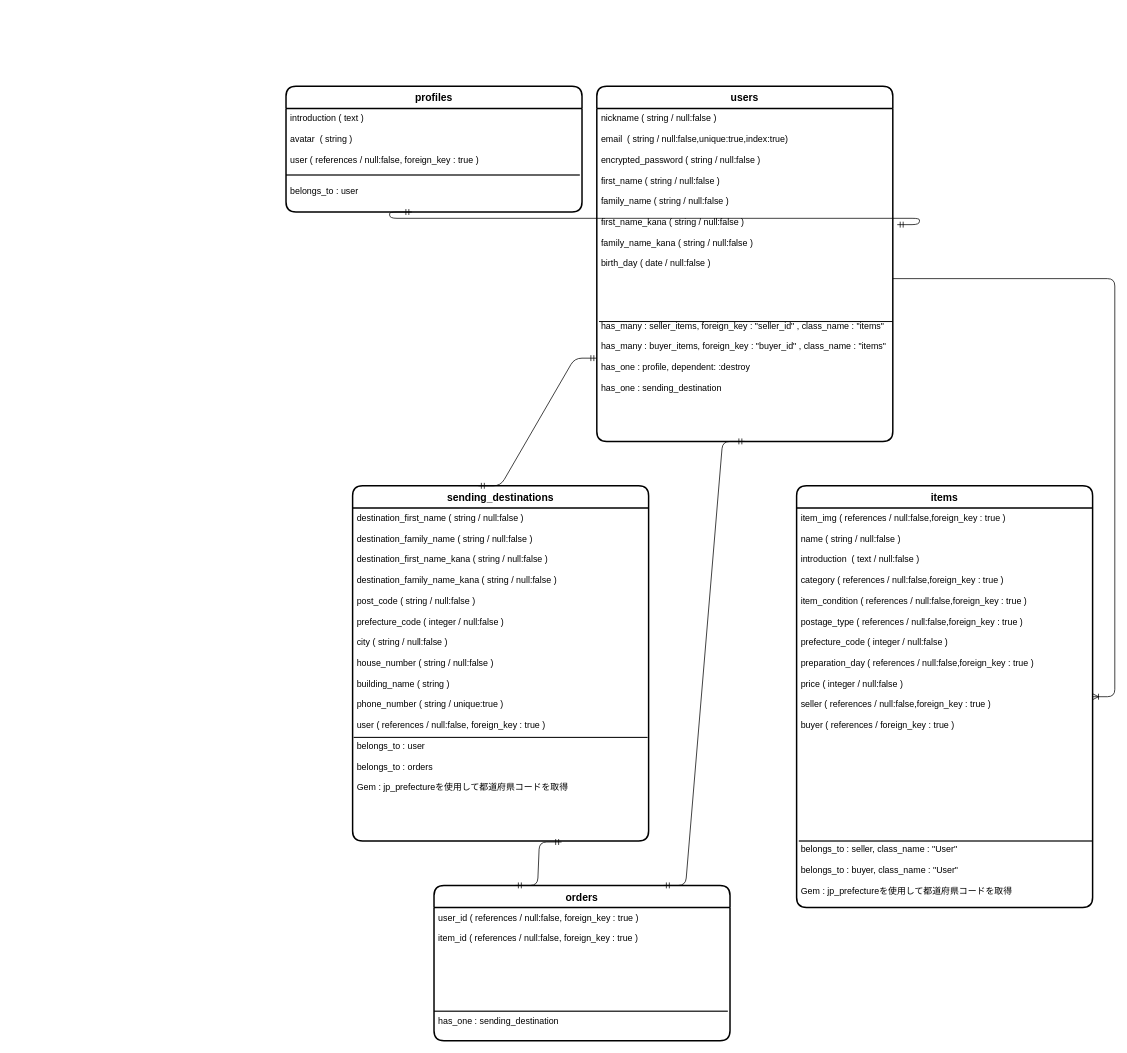
Above: furima.dio in kisoji/furima-33040 (draw.io), before the change. Source tidied: cells renumbered, new cells numbered last; positions are measured from the earlier drawing's top-left corner, leaving out a move shared by most shapes. Both pictures are drawn from the tidied source at 74%, with x=0, y=0 at pixel (286, 86).
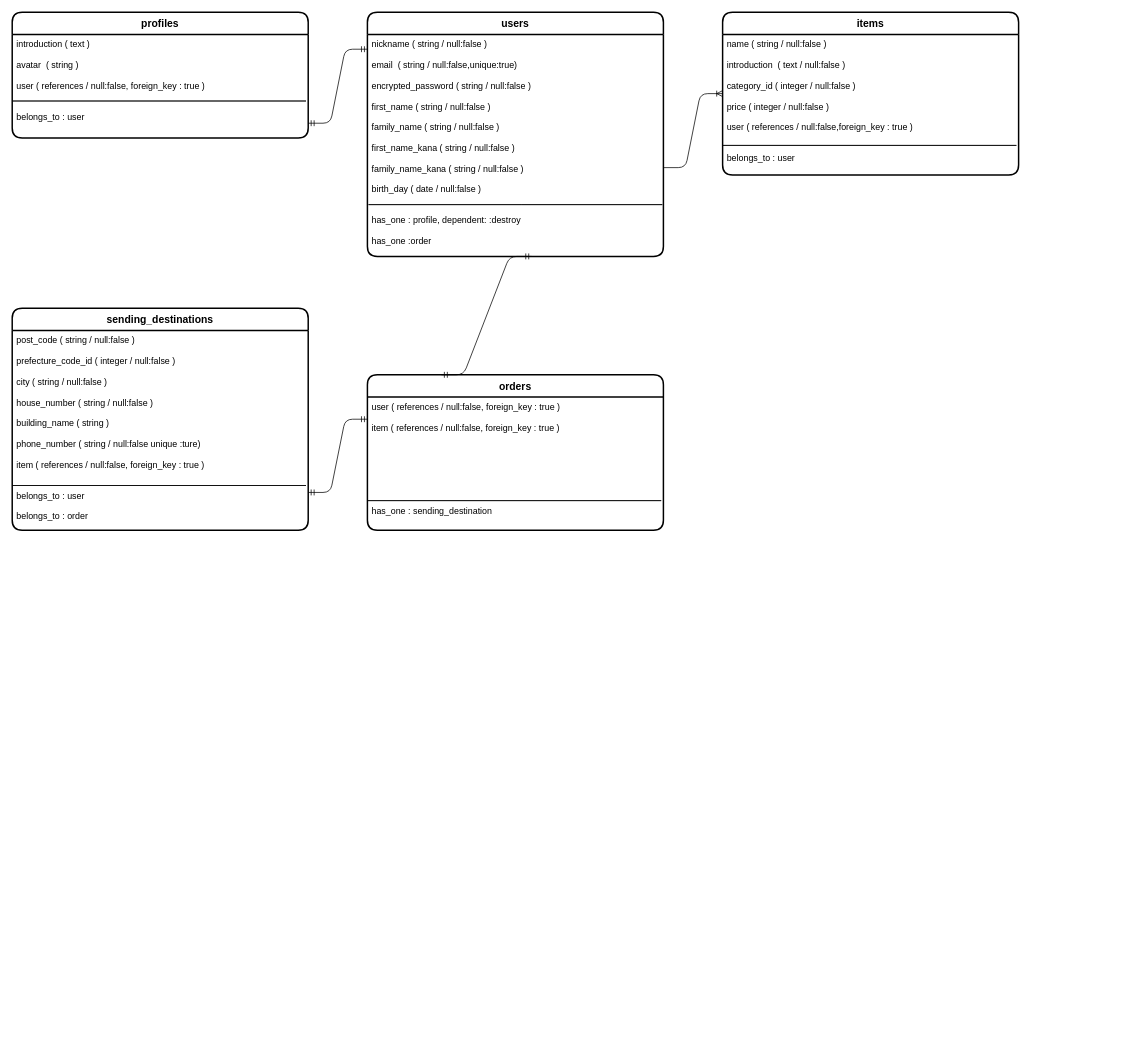
The same page after the edit.

Commit message (it also covers changes not shown here):
ER図、README作成 #33040

The edit, as a diff of the source:
```diff
@@
     <mxCell id="3" value="users" style="swimlane;horizontal=1;startSize=30;rounded=1;fontSize=14;fontStyle=1;strokeWidth=2;shadow=0;dashed=0;align=center;" parent="1" vertex="1">
-      <mxGeometry x="420" width="400" height="480" as="geometry" />
+      <mxGeometry x="110" y="-100" width="400" height="330" as="geometry" />
     </mxCell>
-    <mxCell id="4" value="nickname ( string / null:false )&#10;&#10;email  ( string / null:false,unique:true,index:true)&#10;&#10;encrypted_password ( string / null:false )&#10;&#10;first_name ( string / null:false )&#10;&#10;family_name ( string / null:false )&#10;&#10;first_name_kana ( string / null:false )&#10;&#10;family_name_kana ( string / null:false )&#10;&#10;birth_day ( date / null:false )&#10;&#10;&#10;&#10;&#10;&#10;has_many : seller_items, foreign_key : &quot;seller_id&quot; , class_name : &quot;items&quot;&#10;&#10;has_many : buyer_items, foreign_key : &quot;buyer_id&quot; , class_name : &quot;items&quot;&#10;&#10;has_one : profile, dependent: :destroy &#10;&#10;has_one : sending_destination&#10;&#10;&#10;&#10;" style="align=left;strokeColor=none;fillColor=none;spacingLeft=4;fontSize=12;verticalAlign=top;" parent="3" vertex="1">
-      <mxGeometry y="30" width="400" height="450" as="geometry" />
+    <mxCell id="4" value="nickname ( string / null:false )&#10;&#10;email  ( string / null:false,unique:true)&#10;&#10;encrypted_password ( string / null:false )&#10;&#10;first_name ( string / null:false )&#10;&#10;family_name ( string / null:false )&#10;&#10;first_name_kana ( string / null:false )&#10;&#10;family_name_kana ( string / null:false )&#10;&#10;birth_day ( date / null:false )&#10;&#10;&#10;has_one : profile, dependent: :destroy &#10;&#10;has_one :order&#10;&#10;&#10;" style="align=left;strokeColor=none;fillColor=none;spacingLeft=4;fontSize=12;verticalAlign=top;" parent="3" vertex="1">
+      <mxGeometry y="30" width="400" height="300" as="geometry" />
     </mxCell>
     <mxCell id="5" style="endArrow=none;html=1;rounded=0;fontSize=18;" parent="3" edge="1">
       <mxGeometry relative="1" as="geometry">
-        <mxPoint x="400" y="318" as="sourcePoint" />
-        <mxPoint x="400" y="318" as="targetPoint" />
+        <mxPoint x="398.5" y="260" as="sourcePoint" />
+        <mxPoint x="398.5" y="260" as="targetPoint" />
         <Array as="points">
-          <mxPoint x="3" y="318" />
+          <mxPoint x="1.5" y="260" />
+          <mxPoint x="208.5" y="260" />
         </Array>
       </mxGeometry>
     </mxCell>
     <mxCell id="6" value="profiles" style="swimlane;horizontal=1;startSize=30;rounded=1;fontSize=14;fontStyle=1;strokeWidth=2;shadow=0;dashed=0;align=center;" parent="1" vertex="1">
-      <mxGeometry width="400" height="170" as="geometry" />
+      <mxGeometry x="-370" y="-100" width="400" height="170" as="geometry" />
     </mxCell>
@@
     <mxCell id="9" value="items" style="swimlane;horizontal=1;startSize=30;rounded=1;fontSize=14;fontStyle=1;strokeWidth=2;shadow=0;dashed=0;align=center;" parent="1" vertex="1">
-      <mxGeometry x="690" y="540" width="400" height="570" as="geometry" />
+      <mxGeometry x="590" y="-100" width="400" height="220" as="geometry" />
     </mxCell>
+    <mxCell id="11" style="endArrow=none;html=1;rounded=0;fontSize=18;" parent="9" edge="1">
+      <mxGeometry relative="1" as="geometry">
+        <mxPoint x="397" y="180" as="sourcePoint" />
+        <mxPoint x="397" y="180" as="targetPoint" />
+        <Array as="points">
+          <mxPoint y="180" />
+        </Array>
+      </mxGeometry>
+    </mxCell>
-    <mxCell id="10" value="item_img ( references / null:false,foreign_key : true )&#10;&#10;name ( string / null:false )&#10;&#10;introduction  ( text / null:false )&#10;&#10;category ( references / null:false,foreign_key : true )&#10;&#10;item_condition ( references / null:false,foreign_key : true )&#10;&#10;postage_type ( references / null:false,foreign_key : true )&#10;&#10;prefecture_code ( integer / null:false )&#10;&#10;preparation_day ( references / null:false,foreign_key : true )&#10;&#10;price ( integer / null:false )&#10;&#10;seller ( references / null:false,foreign_key : true )&#10;&#10;buyer ( references / foreign_key : true )&#10; &#10;&#10;&#10;&#10;&#10;&#10;&#10;&#10;&#10;&#10;&#10;belongs_to : seller, class_name : &quot;User&quot;&#10;&#10;belongs_to : buyer, class_name : &quot;User&quot;&#10;&#10;Gem : jp_prefectureを使用して都道府県コードを取得&#10;&#10;&#10;" style="align=left;strokeColor=none;fillColor=none;spacingLeft=4;fontSize=12;verticalAlign=top;" parent="9" vertex="1">
-      <mxGeometry y="30" width="400" height="540" as="geometry" />
+    <mxCell id="10" value="name ( string / null:false )&#10;&#10;introduction  ( text / null:false )&#10;&#10;category_id ( integer / null:false )&#10;&#10;price ( integer / null:false )&#10;&#10;user ( references / null:false,foreign_key : true )&#10;&#10; &#10;belongs_to : user&#10;&#10;&#10;&#10;&#10;&#10;" style="align=left;strokeColor=none;fillColor=none;spacingLeft=4;fontSize=12;verticalAlign=top;" parent="9" vertex="1">
+      <mxGeometry y="30" width="400" height="190" as="geometry" />
     </mxCell>
-    <mxCell id="11" style="endArrow=none;html=1;rounded=0;fontSize=18;" parent="9" edge="1">
-      <mxGeometry relative="1" as="geometry">
-        <mxPoint x="400" y="480" as="sourcePoint" />
-        <mxPoint x="400" y="480" as="targetPoint" />
-        <Array as="points">
-          <mxPoint x="3" y="480" />
-        </Array>
-      </mxGeometry>
-    </mxCell>
     <mxCell id="12" value="sending_destinations" style="swimlane;horizontal=1;startSize=30;rounded=1;fontSize=14;fontStyle=1;strokeWidth=2;shadow=0;dashed=0;align=center;" parent="1" vertex="1">
-      <mxGeometry x="90" y="540" width="400" height="480" as="geometry" />
+      <mxGeometry x="-370" y="300" width="400" height="300" as="geometry" />
     </mxCell>
+    <mxCell id="14" style="endArrow=none;html=1;rounded=0;fontSize=18;" parent="12" edge="1">
+      <mxGeometry relative="1" as="geometry">
+        <mxPoint x="397" y="239.6" as="sourcePoint" />
+        <mxPoint x="397" y="239.6" as="targetPoint" />
+        <Array as="points">
+          <mxPoint y="239.6" />
+        </Array>
+      </mxGeometry>
+    </mxCell>
-    <mxCell id="13" value="destination_first_name ( string / null:false )&#10;&#10;destination_family_name ( string / null:false )&#10;&#10;destination_first_name_kana ( string / null:false )&#10;&#10;destination_family_name_kana ( string / null:false )&#10;&#10;post_code ( string / null:false )&#10;&#10;prefecture_code ( integer / null:false )&#10;&#10;city ( string / null:false )&#10;&#10;house_number ( string / null:false )&#10;&#10;building_name ( string )&#10;&#10;phone_number ( string / unique:true )&#10;&#10;user ( references / null:false, foreign_key : true )&#10;&#10;belongs_to : user&#10;&#10;belongs_to : orders&#10;&#10;Gem : jp_prefectureを使用して都道府県コードを取得&#10;&#10;&#10;" style="align=left;strokeColor=none;fillColor=none;spacingLeft=4;fontSize=12;verticalAlign=top;" parent="12" vertex="1">
-      <mxGeometry y="30" width="400" height="450" as="geometry" />
+    <mxCell id="13" value="post_code ( string / null:false )&#10;&#10;prefecture_code_id ( integer / null:false )&#10;&#10;city ( string / null:false )&#10;&#10;house_number ( string / null:false )&#10;&#10;building_name ( string )&#10;&#10;phone_number ( string / null:false unique :ture)&#10;&#10;item ( references / null:false, foreign_key : true )&#10;&#10;&#10;belongs_to : user&#10;&#10;belongs_to : order&#10;&#10;&#10;&#10;" style="align=left;strokeColor=none;fillColor=none;spacingLeft=4;fontSize=12;verticalAlign=top;" parent="12" vertex="1">
+      <mxGeometry y="30" width="400" height="270" as="geometry" />
     </mxCell>
-    <mxCell id="14" style="endArrow=none;html=1;rounded=0;fontSize=18;" parent="12" edge="1">
-      <mxGeometry relative="1" as="geometry">
-        <mxPoint x="398.5" y="340" as="sourcePoint" />
-        <mxPoint x="398.5" y="340" as="targetPoint" />
-        <Array as="points">
-          <mxPoint x="1.5" y="340" />
-        </Array>
-      </mxGeometry>
-    </mxCell>
     <mxCell id="15" value="orders" style="swimlane;horizontal=1;startSize=30;rounded=1;fontSize=14;fontStyle=1;strokeWidth=2;shadow=0;dashed=0;align=center;" parent="1" vertex="1">
-      <mxGeometry x="200" y="1080" width="400" height="210" as="geometry" />
+      <mxGeometry x="110" y="390" width="400" height="210" as="geometry" />
     </mxCell>
@@
-    <mxCell id="17" value="user_id ( references / null:false, foreign_key : true )&#10;&#10;item_id ( references / null:false, foreign_key : true )&#10;&#10;&#10;&#10;&#10;&#10;&#10;&#10;has_one : sending_destination&#10;&#10;&#10;" style="align=left;strokeColor=none;fillColor=none;spacingLeft=4;fontSize=12;verticalAlign=top;" parent="15" vertex="1">
+    <mxCell id="17" value="user ( references / null:false, foreign_key : true )&#10;&#10;item ( references / null:false, foreign_key : true )&#10;&#10;&#10;&#10;&#10;&#10;&#10;&#10;has_one : sending_destination&#10;&#10;&#10;" style="align=left;strokeColor=none;fillColor=none;spacingLeft=4;fontSize=12;verticalAlign=top;" parent="15" vertex="1">
       <mxGeometry y="30" width="400" height="180" as="geometry" />
     </mxCell>
-    <mxCell id="18" style="edgeStyle=entityRelationEdgeStyle;fontSize=12;html=1;endArrow=ERoneToMany;" parent="1" edge="1" target="9">
-      <mxGeometry relative="1" as="geometry">
-        <mxPoint x="820" y="260" as="sourcePoint" />
-      </mxGeometry>
-    </mxCell>
-    <mxCell id="19" style="edgeStyle=entityRelationEdgeStyle;fontSize=12;html=1;endArrow=ERmandOne;startArrow=ERmandOne;entryX=0;entryY=0.75;entryDx=0;entryDy=0;" parent="1" edge="1" target="4">
-      <mxGeometry relative="1" as="geometry">
-        <mxPoint x="260" y="540" as="sourcePoint" />
-      </mxGeometry>
-    </mxCell>
-    <mxCell id="20" style="edgeStyle=entityRelationEdgeStyle;fontSize=12;html=1;endArrow=ERmandOne;startArrow=ERmandOne;exitX=1.015;exitY=0.349;exitDx=0;exitDy=0;exitPerimeter=0;" parent="1" edge="1" source="4">
-      <mxGeometry relative="1" as="geometry">
-        <mxPoint x="170" y="170" as="targetPoint" />
-      </mxGeometry>
-    </mxCell>
-    <mxCell id="21" style="edgeStyle=entityRelationEdgeStyle;fontSize=12;html=1;endArrow=ERmandOne;startArrow=ERmandOne;entryX=0.5;entryY=1;entryDx=0;entryDy=0;" parent="1" edge="1" target="4">
-      <mxGeometry relative="1" as="geometry">
-        <mxPoint x="510" y="1080" as="sourcePoint" />
-      </mxGeometry>
-    </mxCell>
-    <mxCell id="22" style="edgeStyle=entityRelationEdgeStyle;fontSize=12;html=1;endArrow=ERmandOne;startArrow=ERmandOne;entryX=0.706;entryY=1.003;entryDx=0;entryDy=0;entryPerimeter=0;" parent="1" edge="1" target="13">
-      <mxGeometry relative="1" as="geometry">
-        <mxPoint x="310" y="1080" as="sourcePoint" />
-      </mxGeometry>
-    </mxCell>
+    <mxCell id="23" style="edgeStyle=entityRelationEdgeStyle;fontSize=12;html=1;endArrow=ERmandOne;startArrow=ERmandOne;" parent="1" edge="1">
+      <mxGeometry relative="1" as="geometry">
+        <mxPoint x="30" y="50" as="sourcePoint" />
+        <mxPoint x="110" y="-50" as="targetPoint" />
+      </mxGeometry>
+    </mxCell>
+    <mxCell id="24" style="edgeStyle=entityRelationEdgeStyle;fontSize=12;html=1;endArrow=ERmandOne;startArrow=ERmandOne;exitX=1;exitY=0.811;exitDx=0;exitDy=0;exitPerimeter=0;" parent="1" edge="1" source="13">
+      <mxGeometry relative="1" as="geometry">
+        <mxPoint x="110" y="450" as="targetPoint" />
+      </mxGeometry>
+    </mxCell>
+    <mxCell id="25" style="edgeStyle=entityRelationEdgeStyle;fontSize=12;html=1;endArrow=ERoneToMany;" parent="1" edge="1">
+      <mxGeometry relative="1" as="geometry">
+        <mxPoint x="510" y="110" as="sourcePoint" />
+        <mxPoint x="590" y="10" as="targetPoint" />
+      </mxGeometry>
+    </mxCell>
+    <mxCell id="26" style="edgeStyle=entityRelationEdgeStyle;fontSize=12;html=1;endArrow=ERmandOne;startArrow=ERmandOne;exitX=0.25;exitY=0;exitDx=0;exitDy=0;" parent="1" edge="1" source="15">
+      <mxGeometry relative="1" as="geometry">
+        <mxPoint x="332" y="230" as="targetPoint" />
+      </mxGeometry>
+    </mxCell>
```
